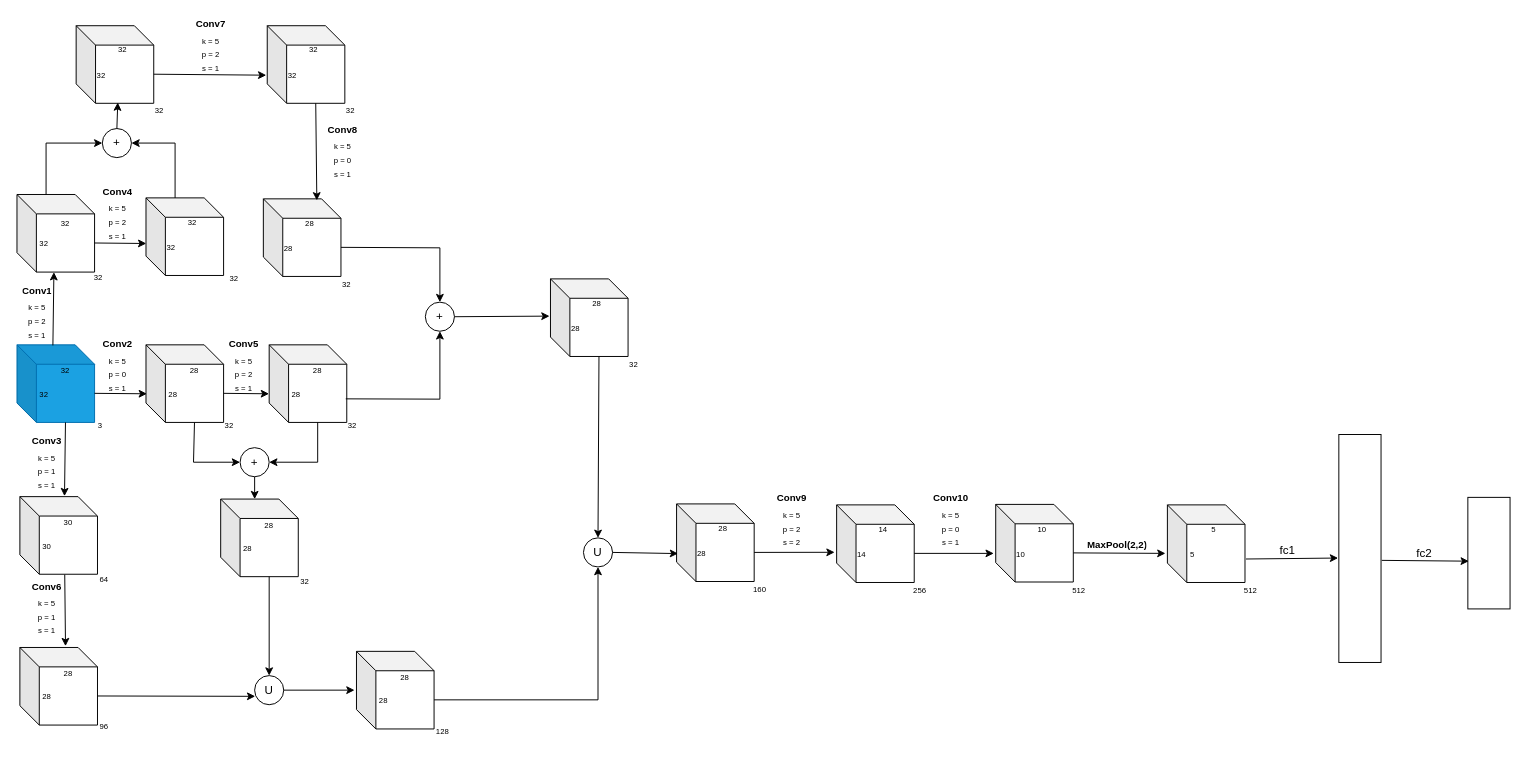
This is _project/Model 2.drawio from Lucamoha/Google_Colab, a draw.io file, before an edit. Source tidied: cells renumbered, new cells numbered last; positions are measured from the earlier drawing's top-left corner, leaving out a move shared by most shapes. Both pictures are drawn from the tidied source at 97%, with x=0, y=0 at pixel (16, 16).
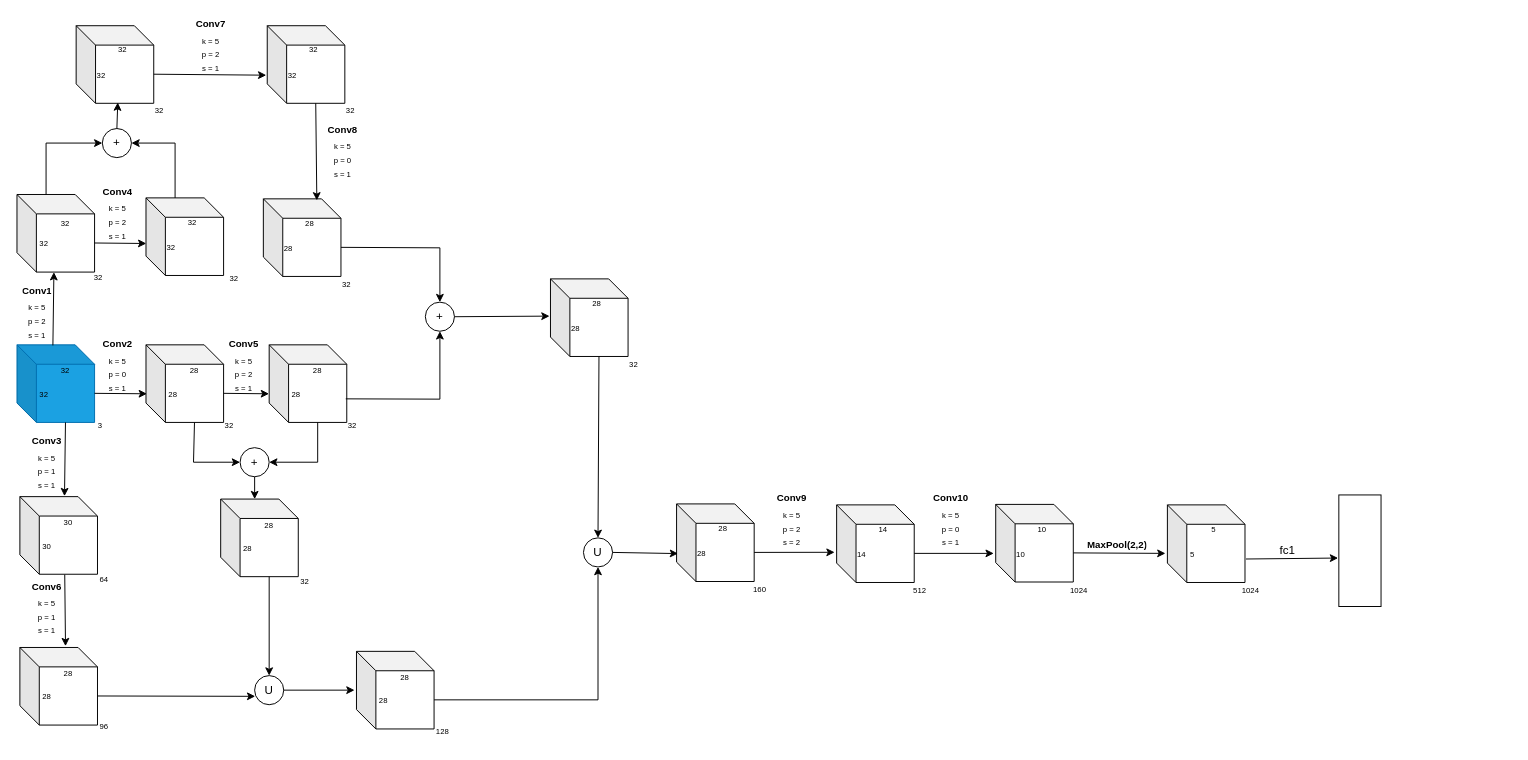
After the change.

What changed in the source:
```diff
@@
-    <mxCell id="30" style="rounded=0;whiteSpace=wrap;html=1;rotation=90;" parent="1" vertex="1">
-      <mxGeometry x="1267" y="526.2" width="235" height="43.5" as="geometry" />
-    </mxCell>
     <mxCell id="31" style="rounded=0;whiteSpace=wrap;html=1;rotation=90;" parent="1" vertex="1">
-      <mxGeometry x="1460" y="531" width="115" height="43.5" as="geometry" />
+      <mxGeometry x="1327" y="528.5" width="115" height="43.5" as="geometry" />
     </mxCell>
@@
-    <mxCell id="33" style="endArrow=classic;html=1;rounded=0;exitX=0;exitY=0;exitDx=80;exitDy=50;exitPerimeter=0;entryX=0.572;entryY=0.977;entryDx=0;entryDy=0;entryPerimeter=0;" parent="1" edge="1" target="31">
-      <mxGeometry relative="1" as="geometry">
-        <mxPoint x="1407" y="560.2" as="sourcePoint" />
-      </mxGeometry>
-    </mxCell>
@@
-    <mxCell id="35" value="fc2" style="text;html=1;whiteSpace=wrap;strokeColor=none;fillColor=none;align=center;verticalAlign=middle;rounded=0;" parent="1" vertex="1">
-      <mxGeometry x="1421" y="537.8" width="60" height="30" as="geometry" />
-    </mxCell>
@@
-    <mxCell id="108" value="256" style="text;html=1;whiteSpace=wrap;strokeColor=none;fillColor=none;align=center;verticalAlign=middle;rounded=0;fontSize=8;" parent="1" vertex="1">
+    <mxCell id="108" value="512" style="text;html=1;whiteSpace=wrap;strokeColor=none;fillColor=none;align=center;verticalAlign=middle;rounded=0;fontSize=8;" parent="1" vertex="1">
       <mxGeometry x="913" y="579" width="36" height="24" as="geometry" />
     </mxCell>
@@
-    <mxCell id="114" value="512" style="text;html=1;whiteSpace=wrap;strokeColor=none;fillColor=none;align=center;verticalAlign=middle;rounded=0;fontSize=8;" parent="1" vertex="1">
+    <mxCell id="114" value="1024" style="text;html=1;whiteSpace=wrap;strokeColor=none;fillColor=none;align=center;verticalAlign=middle;rounded=0;fontSize=8;" parent="1" vertex="1">
       <mxGeometry x="1077" y="578.5" width="36" height="24" as="geometry" />
     </mxCell>
@@
-    <mxCell id="120" value="512" style="text;html=1;whiteSpace=wrap;strokeColor=none;fillColor=none;align=center;verticalAlign=middle;rounded=0;fontSize=8;" parent="1" vertex="1">
+    <mxCell id="120" value="1024" style="text;html=1;whiteSpace=wrap;strokeColor=none;fillColor=none;align=center;verticalAlign=middle;rounded=0;fontSize=8;" parent="1" vertex="1">
       <mxGeometry x="1254" y="579" width="36" height="24" as="geometry" />
     </mxCell>
```
